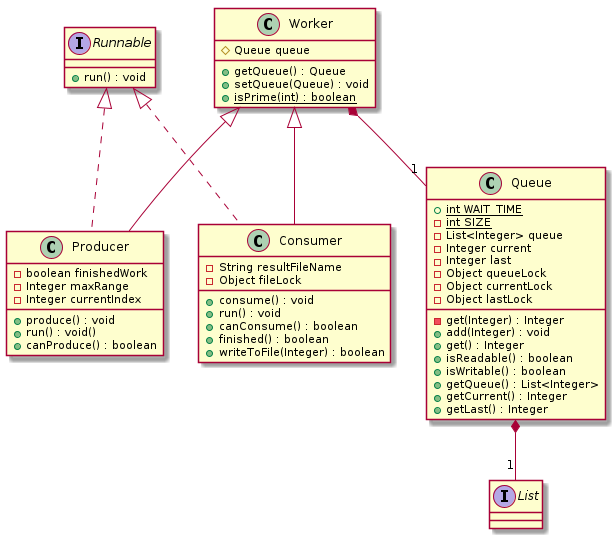
Above: ClassDiagram.png in FScholsen/PrimeNumber (PlantUML), before the change.
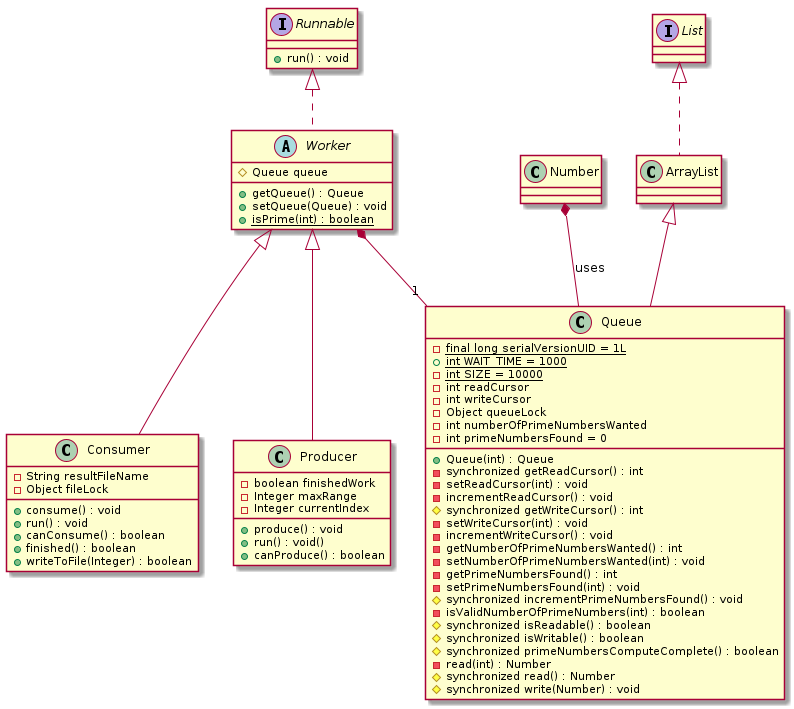
After the change.

Commit message:
update Activity and Class diagrams, add some typo fix and todo

Diff of the diagram source:
```diff
@@ -5,27 +5,39 @@
 interface Runnable {
 	+run() : void
 }
+class Number
 class Queue {
-	+ {static} int WAIT_TIME
-	- {static} int SIZE
-	-List<Integer> queue
-	-Integer current
-	-Integer last
-	-Object queueLock
-	-Object currentLock
-	-Object lastLock
-	-get(Integer) : Integer
-	+add(Integer) : void
-	+get() : Integer
-	+isReadable() : boolean
-	+isWritable() : boolean
-	+getQueue() : List<Integer>
-	+getCurrent() : Integer
-	+getLast() : Integer
+	- {static} final long serialVersionUID = 1L
+	+ {static} int WAIT_TIME = 1000
+	- {static} int SIZE = 10000
+	- int readCursor
+	- int writeCursor
+	- Object queueLock
+	- int numberOfPrimeNumbersWanted
+	- int primeNumbersFound = 0
+	+ Queue(int) : Queue
+	- synchronized getReadCursor() : int
+	- setReadCursor(int) : void
+	- incrementReadCursor() : void
+	# synchronized getWriteCursor() : int
+	- setWriteCursor(int) : void
+	- incrementWriteCursor() : void
+	- getNumberOfPrimeNumbersWanted() : int
+	- setNumberOfPrimeNumbersWanted(int) : void
+	- getPrimeNumbersFound() : int
+	- setPrimeNumbersFound(int) : void
+	# synchronized incrementPrimeNumbersFound() : void
+	- isValidNumberOfPrimeNumbers(int) : boolean
+	# synchronized isReadable() : boolean
+	# synchronized isWritable() : boolean
+	# synchronized primeNumbersComputeComplete() : boolean
+	- read(int) : Number
+	# synchronized read() : Number
+	# synchronized write(Number) : void
 }
 
-class Worker {
-	#Queue queue
+abstract class Worker {
+	# Queue queue
 	+getQueue() : Queue
 	+setQueue(Queue) : void
 	+ {static} isPrime(int) : boolean
@@ -50,14 +62,13 @@
 	+canProduce() : boolean
 }
 
-
-
-Queue *-- "1" List
+Runnable <|.. Worker
+List <|.. ArrayList
+ArrayList <|-- Queue
+Number *-- Queue : uses
 Worker *-- "1" Queue
 Worker <|-- Consumer
 Worker <|-- Producer
-Runnable <|.. Consumer
-Runnable <|.. Producer
 
 
 @enduml
```
